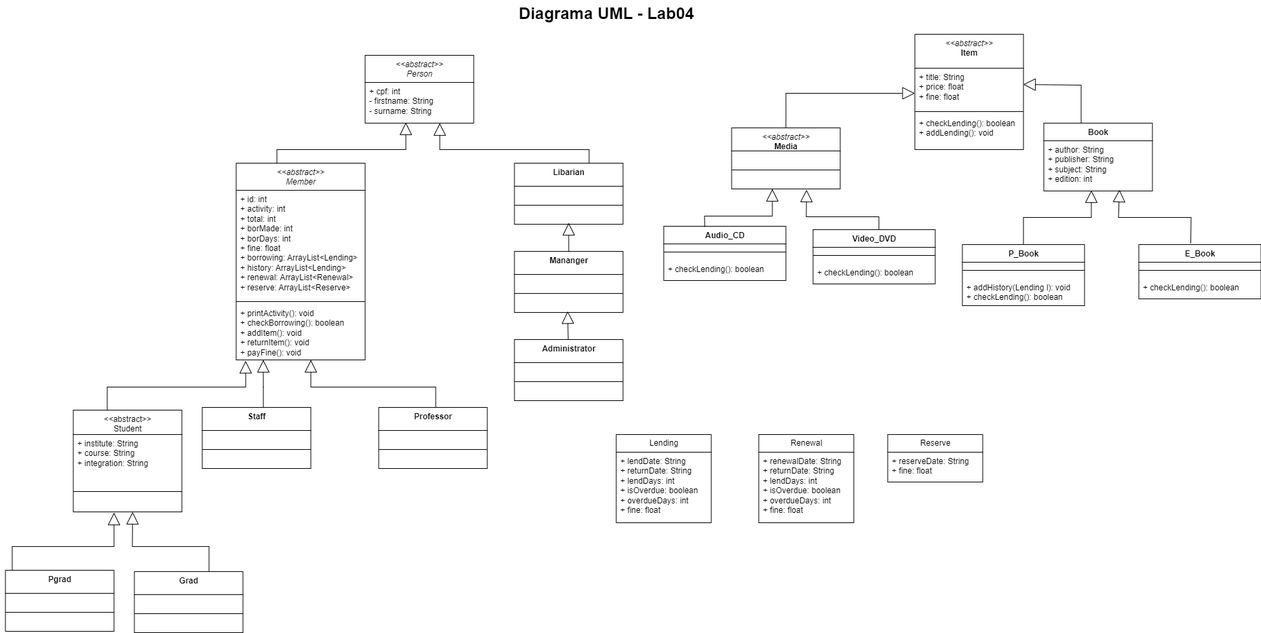
The draw.io diagram lab01/lab01/lab04.drawio.png in robert22alves/MC322, before a commit. Source tidied: cells renumbered, new cells last; positions are measured from the earlier drawing's top-left corner, leaving out a move shared by most shapes.
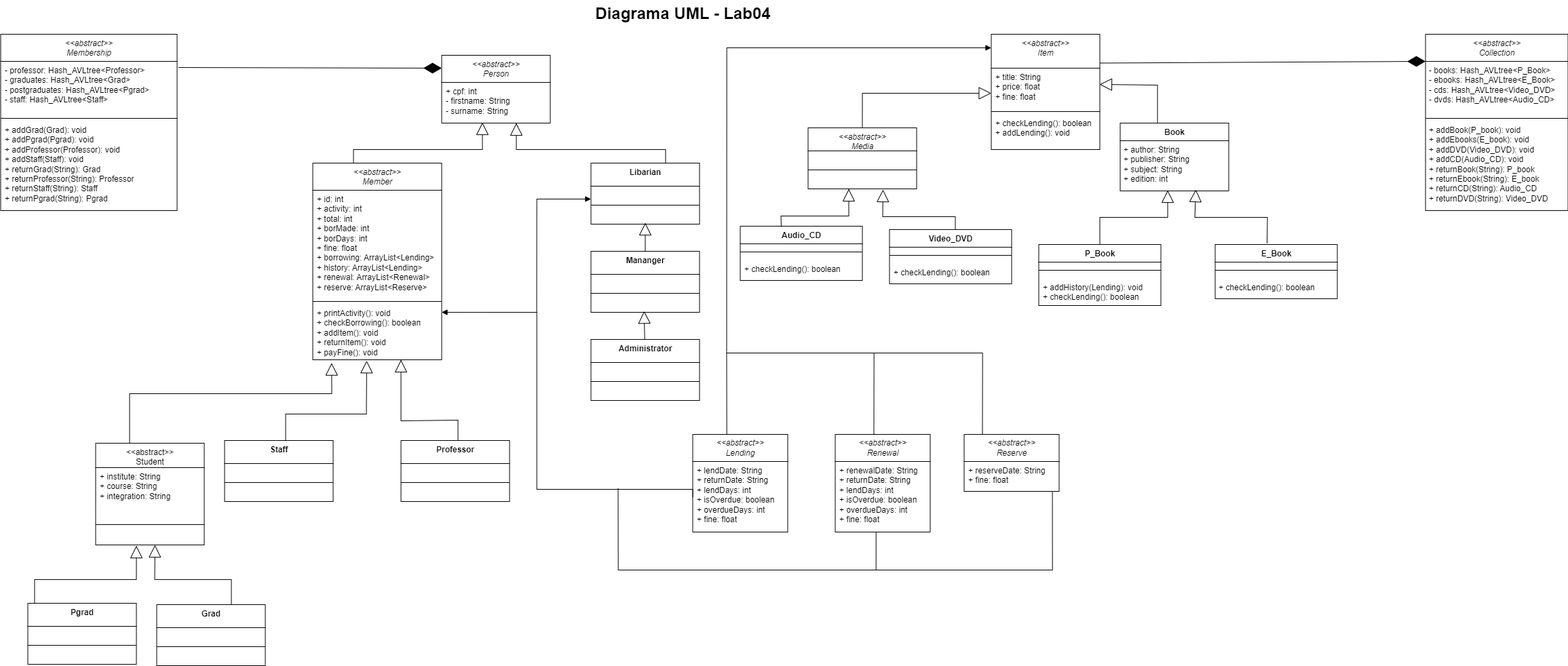
The same diagram one commit later.

Diff of the diagram source:
```diff
@@ -59,7 +59,7 @@
       <mxGeometry relative="1" as="geometry">
-        <mxPoint x="634" y="604" as="sourcePoint" />
-        <mxPoint x="450" y="530" as="targetPoint" />
+        <mxPoint x="554" y="653" as="sourcePoint" />
+        <mxPoint x="470" y="530" as="targetPoint" />
         <Array as="points">
-          <mxPoint x="634" y="570" />
-          <mxPoint x="450" y="570" />
+          <mxPoint x="554" y="619" />
+          <mxPoint x="470" y="620" />
         </Array>
@@ -68,3 +68,3 @@
     <mxCell id="14" value="&lt;span style=&quot;font-weight: normal;&quot;&gt;&amp;lt;&amp;lt;abstract&amp;gt;&amp;gt;&lt;br&gt;Student&lt;br&gt;&lt;/span&gt;" style="swimlane;fontStyle=1;align=center;verticalAlign=top;horizontal=1;startSize=36;whiteSpace=wrap;html=1;" parent="1" vertex="1">
-      <mxGeometry x="100" y="604" width="160" height="150" as="geometry" />
+      <mxGeometry x="20" y="653" width="160" height="150" as="geometry" />
     </mxCell>
@@ -76,8 +76,8 @@
     </mxCell>
-    <mxCell id="17" style="endArrow=block;endSize=16;endFill=0;html=1;rounded=0;exitX=0.5;exitY=0;exitDx=0;exitDy=0;" parent="1" edge="1">
+    <mxCell id="17" style="endArrow=block;endSize=16;endFill=0;html=1;rounded=0;exitX=0.5;exitY=0;exitDx=0;exitDy=0;entryX=0.418;entryY=1.016;entryDx=0;entryDy=0;entryPerimeter=0;" parent="1" edge="1" target="11">
       <mxGeometry relative="1" as="geometry">
-        <mxPoint x="380" y="604" as="sourcePoint" />
-        <mxPoint x="380" y="530" as="targetPoint" />
+        <mxPoint x="300" y="653" as="sourcePoint" />
         <Array as="points">
-          <mxPoint x="380" y="570" />
+          <mxPoint x="300" y="610" />
+          <mxPoint x="419" y="610" />
         </Array>
@@ -85,10 +85,8 @@
     </mxCell>
-    <mxCell id="18" style="endArrow=block;endSize=16;endFill=0;html=1;rounded=0;exitX=0.5;exitY=0;exitDx=0;exitDy=0;entryX=0.462;entryY=1.052;entryDx=0;entryDy=0;entryPerimeter=0;" parent="1" edge="1">
+    <mxCell id="18" style="endArrow=block;endSize=16;endFill=0;html=1;rounded=0;exitX=0.5;exitY=0;exitDx=0;exitDy=0;entryX=0.146;entryY=1.057;entryDx=0;entryDy=0;entryPerimeter=0;" parent="1" edge="1" target="11">
       <mxGeometry relative="1" as="geometry">
-        <mxPoint x="150" y="604" as="sourcePoint" />
-        <mxPoint x="353.9" y="531.4" as="targetPoint" />
+        <mxPoint x="70" y="653" as="sourcePoint" />
         <Array as="points">
-          <mxPoint x="150" y="570" />
-          <mxPoint x="354" y="570" />
-          <mxPoint x="354" y="550" />
+          <mxPoint x="70" y="580" />
+          <mxPoint x="368" y="580" />
         </Array>
@@ -98,7 +96,7 @@
       <mxGeometry relative="1" as="geometry">
-        <mxPoint x="300" y="845.1" as="sourcePoint" />
-        <mxPoint x="187.4" y="754" as="targetPoint" />
+        <mxPoint x="220" y="894.1" as="sourcePoint" />
+        <mxPoint x="107.4" y="803" as="targetPoint" />
         <Array as="points">
-          <mxPoint x="300" y="805.1" />
-          <mxPoint x="187" y="805.1" />
+          <mxPoint x="220" y="854.1" />
+          <mxPoint x="107" y="854.1" />
         </Array>
@@ -108,7 +106,7 @@
       <mxGeometry relative="1" as="geometry">
-        <mxPoint x="10" y="845.1" as="sourcePoint" />
-        <mxPoint x="160" y="755.1" as="targetPoint" />
+        <mxPoint x="-70" y="894.1" as="sourcePoint" />
+        <mxPoint x="80" y="804.1" as="targetPoint" />
         <Array as="points">
-          <mxPoint x="10" y="805.1" />
-          <mxPoint x="160" y="805.1" />
+          <mxPoint x="-70" y="854.1" />
+          <mxPoint x="80" y="854.1" />
         </Array>
@@ -116,3 +114,3 @@
     </mxCell>
-    <mxCell id="21" value="&lt;i style=&quot;border-color: var(--border-color); font-weight: 400;&quot;&gt;&amp;lt;&amp;lt;abstract&amp;gt;&amp;gt;&lt;/i&gt;&lt;br&gt;Item" style="swimlane;fontStyle=1;align=center;verticalAlign=top;horizontal=1;startSize=50;whiteSpace=wrap;html=1;" parent="1" vertex="1">
+    <mxCell id="21" value="&lt;i style=&quot;border-color: var(--border-color); font-weight: 400;&quot;&gt;&amp;lt;&amp;lt;abstract&amp;gt;&amp;gt;&lt;/i&gt;&lt;br&gt;&lt;span style=&quot;font-weight: normal;&quot;&gt;&lt;i&gt;Item&lt;/i&gt;&lt;/span&gt;" style="swimlane;fontStyle=1;align=center;verticalAlign=top;horizontal=1;startSize=50;whiteSpace=wrap;html=1;" parent="1" vertex="1">
       <mxGeometry x="1340" y="50" width="160" height="170" as="geometry" />
@@ -157,3 +155,3 @@
     </mxCell>
-    <mxCell id="31" value="+ addHistory(Lending l): void&lt;br&gt;+ checkLending(): boolean" style="text;strokeColor=none;fillColor=none;align=left;verticalAlign=top;spacingLeft=4;spacingRight=4;overflow=hidden;whiteSpace=wrap;html=1;" parent="29" vertex="1">
+    <mxCell id="31" value="+ addHistory(Lending): void&lt;br&gt;+ checkLending(): boolean" style="text;strokeColor=none;fillColor=none;align=left;verticalAlign=top;spacingLeft=4;spacingRight=4;overflow=hidden;whiteSpace=wrap;html=1;" parent="29" vertex="1">
       <mxGeometry y="50" width="180" height="40" as="geometry" />
@@ -223,3 +221,3 @@
     </mxCell>
-    <mxCell id="45" value="&lt;i style=&quot;border-color: var(--border-color); font-weight: 400;&quot;&gt;&amp;lt;&amp;lt;abstract&amp;gt;&amp;gt;&lt;/i&gt;&lt;br style=&quot;border-color: var(--border-color); font-weight: 400;&quot;&gt;&lt;b style=&quot;border-color: var(--border-color);&quot;&gt;Media&lt;/b&gt;" style="swimlane;fontStyle=1;align=center;verticalAlign=top;horizontal=1;startSize=34;whiteSpace=wrap;html=1;" parent="1" vertex="1">
+    <mxCell id="45" value="&lt;i style=&quot;border-color: var(--border-color); font-weight: 400;&quot;&gt;&amp;lt;&amp;lt;abstract&amp;gt;&amp;gt;&lt;/i&gt;&lt;br style=&quot;border-color: var(--border-color); font-weight: 400;&quot;&gt;&lt;span style=&quot;border-color: var(--border-color); font-weight: normal;&quot;&gt;&lt;i&gt;Media&lt;/i&gt;&lt;/span&gt;" style="swimlane;fontStyle=1;align=center;verticalAlign=top;horizontal=1;startSize=34;whiteSpace=wrap;html=1;" parent="1" vertex="1">
       <mxGeometry x="1070" y="188" width="160" height="90" as="geometry" />
@@ -230,3 +228,3 @@
     <mxCell id="47" value="Pgrad" style="swimlane;fontStyle=1;align=center;verticalAlign=top;horizontal=1;startSize=34;whiteSpace=wrap;html=1;" parent="1" vertex="1">
-      <mxGeometry y="840" width="160" height="90" as="geometry" />
+      <mxGeometry x="-80" y="889" width="160" height="90" as="geometry" />
     </mxCell>
@@ -236,3 +234,3 @@
     <mxCell id="49" value="Grad" style="swimlane;fontStyle=1;align=center;verticalAlign=top;horizontal=1;startSize=34;whiteSpace=wrap;html=1;" parent="1" vertex="1">
-      <mxGeometry x="190" y="842" width="160" height="90" as="geometry" />
+      <mxGeometry x="110" y="891" width="160" height="90" as="geometry" />
     </mxCell>
@@ -242,3 +240,3 @@
     <mxCell id="51" value="Staff" style="swimlane;fontStyle=1;align=center;verticalAlign=top;horizontal=1;startSize=34;whiteSpace=wrap;html=1;" parent="1" vertex="1">
-      <mxGeometry x="290" y="600" width="160" height="90" as="geometry" />
+      <mxGeometry x="210" y="649" width="160" height="90" as="geometry" />
     </mxCell>
@@ -248,3 +246,3 @@
     <mxCell id="53" value="Professor" style="swimlane;fontStyle=1;align=center;verticalAlign=top;horizontal=1;startSize=34;whiteSpace=wrap;html=1;" parent="1" vertex="1">
-      <mxGeometry x="550" y="600" width="160" height="90" as="geometry" />
+      <mxGeometry x="470" y="649" width="160" height="90" as="geometry" />
     </mxCell>
@@ -271,20 +269,123 @@
     </mxCell>
-    <mxCell id="61" value="Lending" style="swimlane;fontStyle=0;horizontal=1;startSize=26;fillColor=none;whiteSpace=wrap;html=1;" parent="1" vertex="1">
-      <mxGeometry x="900" y="640" width="140" height="130" as="geometry" />
+    <mxCell id="61" value="&lt;i style=&quot;border-color: var(--border-color);&quot;&gt;&amp;lt;&amp;lt;abstract&amp;gt;&amp;gt;&lt;/i&gt;&lt;br&gt;&lt;i&gt;Lending&lt;/i&gt;" style="swimlane;fontStyle=0;horizontal=1;startSize=40;fillColor=none;whiteSpace=wrap;html=1;" parent="1" vertex="1">
+      <mxGeometry x="900" y="640" width="140" height="144" as="geometry" />
     </mxCell>
     <mxCell id="62" value="+ lendDate: String&lt;br&gt;+ returnDate: String&lt;br&gt;+ lendDays: int&lt;br&gt;+ isOverdue: boolean&lt;br&gt;+ overdueDays: int&lt;br&gt;+ fine: float" style="text;strokeColor=none;fillColor=none;align=left;verticalAlign=top;spacingLeft=4;spacingRight=4;overflow=hidden;points=[[0,0.5],[1,0.5]];portConstraint=eastwest;whiteSpace=wrap;html=1;" parent="61" vertex="1">
-      <mxGeometry y="26" width="140" height="104" as="geometry" />
+      <mxGeometry y="40" width="140" height="104" as="geometry" />
     </mxCell>
-    <mxCell id="63" value="Renewal" style="swimlane;fontStyle=0;horizontal=1;startSize=26;fillColor=none;whiteSpace=wrap;html=1;" parent="1" vertex="1">
-      <mxGeometry x="1110" y="640" width="140" height="130" as="geometry" />
+    <mxCell id="63" value="&lt;i style=&quot;border-color: var(--border-color);&quot;&gt;&amp;lt;&amp;lt;abstract&amp;gt;&amp;gt;&lt;/i&gt;&lt;br&gt;&lt;i&gt;Renewal&lt;/i&gt;" style="swimlane;fontStyle=0;horizontal=1;startSize=40;fillColor=none;whiteSpace=wrap;html=1;" parent="1" vertex="1">
+      <mxGeometry x="1110" y="640" width="140" height="144" as="geometry" />
     </mxCell>
     <mxCell id="64" value="+ renewalDate: String&lt;br&gt;+ returnDate: String&lt;br&gt;+ lendDays: int&lt;br&gt;+ isOverdue: boolean&lt;br&gt;+ overdueDays: int&lt;br&gt;+ fine: float" style="text;strokeColor=none;fillColor=none;align=left;verticalAlign=top;spacingLeft=4;spacingRight=4;overflow=hidden;points=[[0,0.5],[1,0.5]];portConstraint=eastwest;whiteSpace=wrap;html=1;" parent="63" vertex="1">
-      <mxGeometry y="26" width="140" height="104" as="geometry" />
+      <mxGeometry y="40" width="140" height="104" as="geometry" />
     </mxCell>
-    <mxCell id="65" value="Reserve" style="swimlane;fontStyle=0;horizontal=1;startSize=26;fillColor=none;whiteSpace=wrap;html=1;" parent="1" vertex="1">
-      <mxGeometry x="1300" y="640" width="140" height="70" as="geometry" />
+    <mxCell id="65" value="&lt;i style=&quot;border-color: var(--border-color);&quot;&gt;&amp;lt;&amp;lt;abstract&amp;gt;&amp;gt;&lt;/i&gt;&lt;i&gt;&lt;br&gt;Reserve&lt;/i&gt;" style="swimlane;fontStyle=0;horizontal=1;startSize=40;fillColor=none;whiteSpace=wrap;html=1;" parent="1" vertex="1">
+      <mxGeometry x="1300" y="640" width="140" height="84" as="geometry" />
     </mxCell>
     <mxCell id="66" value="+ reserveDate: String&lt;br&gt;+ fine: float" style="text;strokeColor=none;fillColor=none;align=left;verticalAlign=top;spacingLeft=4;spacingRight=4;overflow=hidden;points=[[0,0.5],[1,0.5]];portConstraint=eastwest;whiteSpace=wrap;html=1;" parent="65" vertex="1">
-      <mxGeometry y="26" width="140" height="44" as="geometry" />
+      <mxGeometry y="40" width="140" height="44" as="geometry" />
     </mxCell>
+    <mxCell id="67" value="&lt;span style=&quot;font-weight: normal;&quot;&gt;&lt;i&gt;&amp;lt;&amp;lt;abstract&amp;gt;&amp;gt;&lt;br&gt;Collection&lt;br&gt;&lt;/i&gt;&lt;/span&gt;" style="swimlane;fontStyle=1;align=center;verticalAlign=top;horizontal=1;startSize=40;whiteSpace=wrap;html=1;" parent="1" vertex="1">
+      <mxGeometry x="1980" y="50" width="210" height="260" as="geometry" />
+    </mxCell>
+    <mxCell id="68" value="- books:&amp;nbsp;Hash_AVLtree&amp;lt;P_Book&lt;span style=&quot;background-color: initial;&quot;&gt;&amp;gt;&lt;/span&gt;&lt;br&gt;- ebooks: Hash_AVLtree&amp;lt;E_Book&lt;span style=&quot;background-color: initial;&quot;&gt;&amp;gt;&lt;/span&gt;&lt;br&gt;- cds: Hash_AVLtree&amp;lt;Video_DVD&amp;gt;&lt;br&gt;- dvds: Hash_AVLtree&amp;lt;Audio_CD&amp;gt;" style="text;strokeColor=none;fillColor=none;align=left;verticalAlign=top;spacingLeft=4;spacingRight=4;overflow=hidden;whiteSpace=wrap;html=1;" parent="67" vertex="1">
+      <mxGeometry y="40" width="210" height="80" as="geometry" />
+    </mxCell>
+    <mxCell id="69" style="line;strokeWidth=1;fillColor=none;align=left;verticalAlign=middle;spacingTop=-1;spacingLeft=3;spacingRight=3;labelPosition=right;strokeColor=inherit;" parent="67" vertex="1">
+      <mxGeometry y="120" width="210" height="8" as="geometry" />
+    </mxCell>
+    <mxCell id="70" value="+ addBook(P_book): void&lt;br style=&quot;border-color: var(--border-color);&quot;&gt;+ addEbooks(E_book): void&lt;br style=&quot;border-color: var(--border-color);&quot;&gt;+ addDVD(Video_DVD): void&lt;br style=&quot;border-color: var(--border-color);&quot;&gt;+ addCD(Audio_CD): void&lt;br&gt;+ returnBook(String): P_book&lt;br&gt;+ returnEbook(String): E_book&lt;br&gt;+ returnCD(String): Audio_CD&lt;br&gt;+ returnDVD(String): Video_DVD" style="text;strokeColor=none;fillColor=none;align=left;verticalAlign=top;spacingLeft=4;spacingRight=4;overflow=hidden;whiteSpace=wrap;html=1;" parent="67" vertex="1">
+      <mxGeometry y="128" width="210" height="132" as="geometry" />
+    </mxCell>
+    <mxCell id="71" value="&lt;span style=&quot;font-weight: normal;&quot;&gt;&lt;i&gt;&amp;lt;&amp;lt;abstract&amp;gt;&amp;gt;&lt;br&gt;Membership&lt;br&gt;&lt;/i&gt;&lt;/span&gt;" style="swimlane;fontStyle=1;align=center;verticalAlign=top;horizontal=1;startSize=40;whiteSpace=wrap;html=1;" parent="1" vertex="1">
+      <mxGeometry x="-120" y="50" width="260" height="260" as="geometry" />
+    </mxCell>
+    <mxCell id="72" value="- professor:&amp;nbsp;Hash_AVLtree&amp;lt;Professor&lt;span style=&quot;background-color: initial;&quot;&gt;&amp;gt;&lt;/span&gt;&lt;br&gt;- graduates: Hash_AVLtree&amp;lt;Grad&lt;span style=&quot;background-color: initial;&quot;&gt;&amp;gt;&lt;/span&gt;&lt;br&gt;- postgraduates: Hash_AVLtree&amp;lt;Pgrad&amp;gt;&lt;br&gt;- staff: Hash_AVLtree&amp;lt;Staff&amp;gt;" style="text;strokeColor=none;fillColor=none;align=left;verticalAlign=top;spacingLeft=4;spacingRight=4;overflow=hidden;points=[[0,0.5],[1,0.5]];portConstraint=eastwest;whiteSpace=wrap;html=1;" parent="71" vertex="1">
+      <mxGeometry y="40" width="260" height="80" as="geometry" />
+    </mxCell>
+    <mxCell id="73" style="line;strokeWidth=1;fillColor=none;align=left;verticalAlign=middle;spacingTop=-1;spacingLeft=3;spacingRight=3;labelPosition=right;strokeColor=inherit;" parent="71" vertex="1">
+      <mxGeometry y="120" width="260" height="8" as="geometry" />
+    </mxCell>
+    <mxCell id="74" value="+ addGrad(Grad): void&lt;br style=&quot;border-color: var(--border-color);&quot;&gt;+ addPgrad(Pgrad): void&lt;br style=&quot;border-color: var(--border-color);&quot;&gt;+ addProfessor(Professor): void&lt;br style=&quot;border-color: var(--border-color);&quot;&gt;+ addStaff(Staff): void&lt;br&gt;+ returnGrad(String): Grad&lt;br&gt;+ returnProfessor(String): Professor&lt;br&gt;+ returnStaff(String): Staff&lt;br&gt;+ returnPgrad(String): Pgrad" style="text;strokeColor=none;fillColor=none;align=left;verticalAlign=top;spacingLeft=4;spacingRight=4;overflow=hidden;whiteSpace=wrap;html=1;" parent="71" vertex="1">
+      <mxGeometry y="128" width="260" height="132" as="geometry" />
+    </mxCell>
+    <mxCell id="75" style="endArrow=diamondThin;endFill=1;endSize=24;html=1;rounded=0;exitX=1;exitY=0.25;exitDx=0;exitDy=0;" parent="1" edge="1" source="21">
+      <mxGeometry relative="1" as="geometry">
+        <mxPoint x="1980" y="90" as="targetPoint" />
+      </mxGeometry>
+    </mxCell>
+    <mxCell id="76" style="endArrow=diamondThin;endFill=1;endSize=24;html=1;rounded=0;exitX=1.008;exitY=0.113;exitDx=0;exitDy=0;exitPerimeter=0;" parent="1" edge="1" source="72">
+      <mxGeometry relative="1" as="geometry">
+        <mxPoint x="530" y="100" as="targetPoint" />
+      </mxGeometry>
+    </mxCell>
+    <mxCell id="77" style="endArrow=block;endFill=1;html=1;edgeStyle=orthogonalEdgeStyle;align=left;verticalAlign=top;rounded=0;entryX=1;entryY=0.146;entryDx=0;entryDy=0;entryPerimeter=0;exitX=0;exitY=0.5;exitDx=0;exitDy=0;" parent="1" edge="1" source="62" target="11">
+      <mxGeometry x="-0.97" y="14" relative="1" as="geometry">
+        <Array as="points">
+          <mxPoint x="900" y="721" />
+          <mxPoint x="670" y="720" />
+          <mxPoint x="670" y="460" />
+        </Array>
+        <mxPoint x="10" y="-4" as="offset" />
+      </mxGeometry>
+    </mxCell>
+    <mxCell id="78" style="endArrow=block;endFill=1;html=1;edgeStyle=orthogonalEdgeStyle;align=left;verticalAlign=top;rounded=0;" parent="1" edge="1">
+      <mxGeometry x="-1" relative="1" as="geometry">
+        <mxPoint x="950" y="520" as="sourcePoint" />
+        <mxPoint x="1340" y="70" as="targetPoint" />
+        <Array as="points">
+          <mxPoint x="950" y="70" />
+        </Array>
+      </mxGeometry>
+    </mxCell>
+    <mxCell id="79" style="endArrow=none;endFill=0;html=1;edgeStyle=orthogonalEdgeStyle;align=left;verticalAlign=top;rounded=0;entryX=0.407;entryY=-0.003;entryDx=0;entryDy=0;entryPerimeter=0;" parent="1" edge="1" target="63">
+      <mxGeometry x="-1" relative="1" as="geometry">
+        <mxPoint x="950" y="520" as="sourcePoint" />
+        <Array as="points">
+          <mxPoint x="1167" y="520" />
+        </Array>
+      </mxGeometry>
+    </mxCell>
+    <mxCell id="80" style="endArrow=none;endFill=0;html=1;edgeStyle=orthogonalEdgeStyle;align=left;verticalAlign=top;rounded=0;entryX=0.407;entryY=-0.003;entryDx=0;entryDy=0;entryPerimeter=0;" parent="1" edge="1">
+      <mxGeometry x="-1" relative="1" as="geometry">
+        <mxPoint x="1110" y="520" as="sourcePoint" />
+        <mxPoint x="1327" y="640" as="targetPoint" />
+        <Array as="points">
+          <mxPoint x="1327" y="520" />
+        </Array>
+      </mxGeometry>
+    </mxCell>
+    <mxCell id="81" style="endArrow=none;endFill=0;html=1;edgeStyle=orthogonalEdgeStyle;align=left;verticalAlign=top;rounded=0;entryX=0.5;entryY=0;entryDx=0;entryDy=0;" parent="1" edge="1" target="61">
+      <mxGeometry x="-1" relative="1" as="geometry">
+        <mxPoint x="950" y="520" as="sourcePoint" />
+        <Array as="points">
+          <mxPoint x="950" y="640" />
+        </Array>
+      </mxGeometry>
+    </mxCell>
+    <mxCell id="82" style="endArrow=none;endFill=0;html=1;edgeStyle=orthogonalEdgeStyle;align=left;verticalAlign=top;rounded=0;" parent="1" edge="1" target="64">
+      <mxGeometry x="-1" relative="1" as="geometry">
+        <mxPoint x="790" y="720" as="sourcePoint" />
+        <Array as="points">
+          <mxPoint x="790" y="840" />
+          <mxPoint x="1170" y="840" />
+        </Array>
+      </mxGeometry>
+    </mxCell>
+    <mxCell id="83" style="endArrow=none;endFill=0;html=1;edgeStyle=orthogonalEdgeStyle;align=left;verticalAlign=top;rounded=0;entryX=0.929;entryY=1;entryDx=0;entryDy=0;entryPerimeter=0;" parent="1" edge="1" target="66">
+      <mxGeometry x="-1" relative="1" as="geometry">
+        <mxPoint x="1050" y="840" as="sourcePoint" />
+        <Array as="points">
+          <mxPoint x="1430" y="840" />
+        </Array>
+      </mxGeometry>
+    </mxCell>
+    <mxCell id="84" style="endArrow=block;endFill=1;html=1;edgeStyle=orthogonalEdgeStyle;align=left;verticalAlign=top;rounded=0;" parent="1" edge="1" target="56">
+      <mxGeometry x="-1" relative="1" as="geometry">
+        <mxPoint x="670" y="460" as="sourcePoint" />
+        <Array as="points">
+          <mxPoint x="670" y="293" />
+        </Array>
+      </mxGeometry>
+    </mxCell>
   </root>
```
